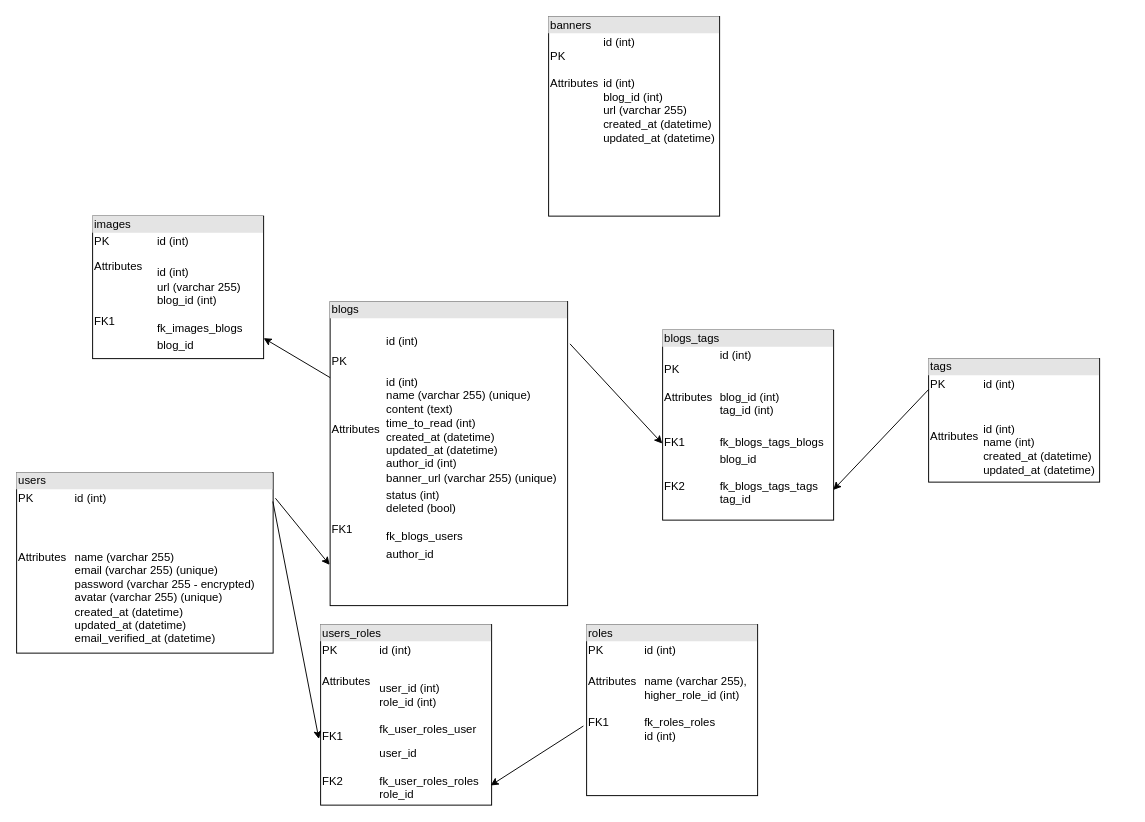
Above: Untitled Diagram.drawio in mian17/mian17 (draw.io), before the change. Source tidied: cells renumbered, new cells numbered last; positions are measured from the earlier drawing's top-left corner, leaving out a move shared by most shapes. Both pictures are drawn from the tidied source at 95%, with x=0, y=0 at pixel (16, 16).
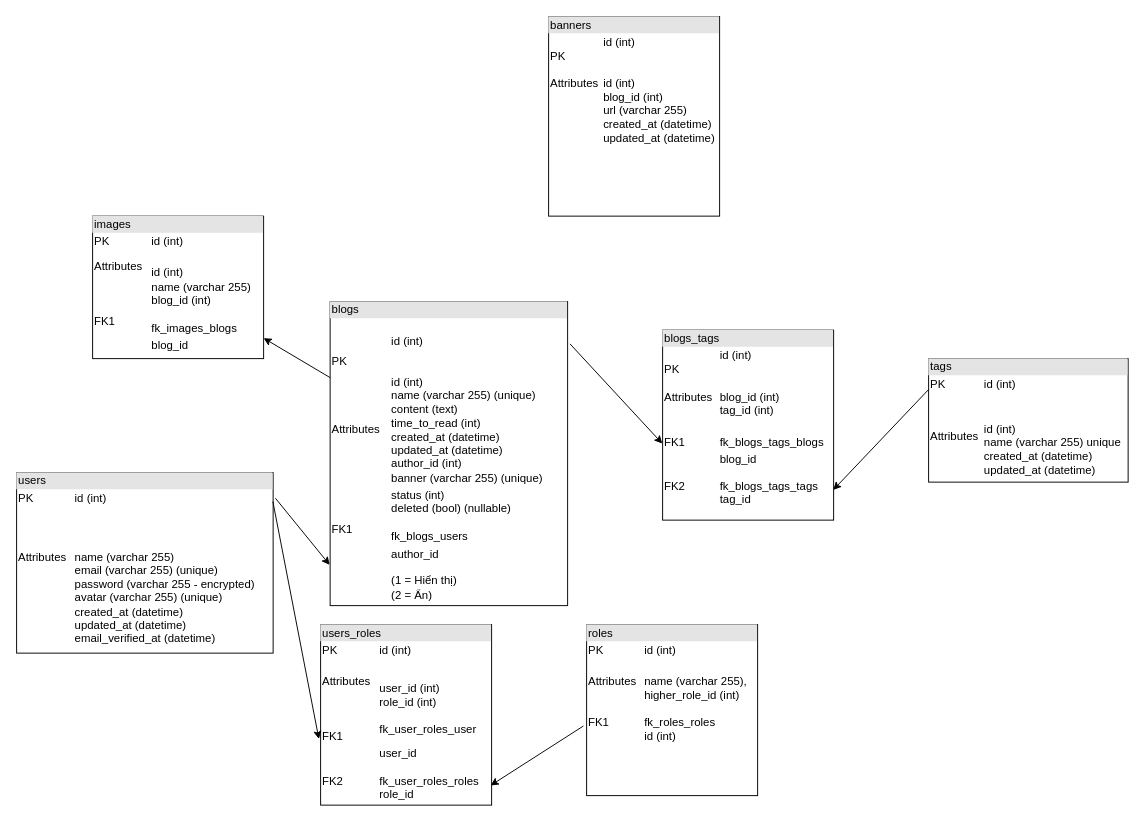
The same diagram, later.

The edit, as a diff of the source:
```diff
@@
 <mxGraphModel>
   <root>
     <mxCell id="0" />
     <mxCell id="1" parent="0" />
     <mxCell id="2" value="&lt;div style=&quot;box-sizing:border-box;width:100%;background:#e4e4e4;padding:2px;&quot;&gt;users&lt;/div&gt;&lt;table style=&quot;width:100%;font-size:1em;&quot; cellpadding=&quot;2&quot; cellspacing=&quot;0&quot;&gt;&lt;tbody&gt;&lt;tr&gt;&lt;td&gt;PK&lt;/td&gt;&lt;td&gt;id (int)&lt;/td&gt;&lt;/tr&gt;&lt;tr&gt;&lt;td&gt;&lt;br&gt;&lt;br&gt;&lt;br&gt;Attributes&lt;br&gt;&lt;br&gt;&lt;br&gt;&lt;br&gt;&lt;br&gt;&lt;br&gt;&lt;br&gt;&lt;br&gt;&lt;br&gt;&lt;br&gt;&lt;/td&gt;&lt;td&gt;name (varchar 255)&lt;br&gt;email (varchar 255) (unique)&lt;br&gt;password (varchar 255 - encrypted)&lt;br&gt;avatar (varchar 255) (unique)&lt;br&gt;created_at (datetime)&lt;br&gt;updated_at (datetime)&lt;br&gt;email_verified_at (datetime)&lt;br&gt;&lt;/td&gt;&lt;/tr&gt;&lt;tr&gt;&lt;td&gt;&lt;br&gt;&lt;br&gt;&lt;/td&gt;&lt;td&gt;&lt;br&gt;&lt;br&gt;&lt;/td&gt;&lt;/tr&gt;&lt;/tbody&gt;&lt;/table&gt;" style="verticalAlign=top;align=left;overflow=fill;html=1;" parent="1" vertex="1">
       <mxGeometry y="480" width="270" height="190" as="geometry" />
     </mxCell>
-    <mxCell id="3" value="&lt;div style=&quot;box-sizing:border-box;width:100%;background:#e4e4e4;padding:2px;&quot;&gt;blogs&lt;/div&gt;&lt;table style=&quot;width:100%;font-size:1em;&quot; cellpadding=&quot;2&quot; cellspacing=&quot;0&quot;&gt;&lt;tbody&gt;&lt;tr&gt;&lt;td&gt;PK&lt;br&gt;&lt;br&gt;&lt;br&gt;&lt;br&gt;&lt;br&gt;Attributes&lt;br&gt;&lt;br&gt;&lt;/td&gt;&lt;td&gt;&lt;br&gt;id (int)&lt;br&gt;&lt;br&gt;&lt;br&gt;id (int)&lt;br&gt;name (varchar 255) (unique)&lt;br style=&quot;border-color: var(--border-color);&quot;&gt;content (text)&lt;br style=&quot;border-color: var(--border-color);&quot;&gt;time_to_read (int)&lt;br style=&quot;border-color: var(--border-color);&quot;&gt;created_at (datetime)&lt;br style=&quot;border-color: var(--border-color);&quot;&gt;updated_at (datetime)&lt;br style=&quot;border-color: var(--border-color);&quot;&gt;author_id (int)&lt;br&gt;banner_url (varchar 255) (unique)&lt;/td&gt;&lt;/tr&gt;&lt;tr&gt;&lt;td&gt;&lt;br&gt;&lt;br&gt;FK1&lt;/td&gt;&lt;td&gt;status (int)&lt;br&gt;deleted (bool)&lt;br&gt;&lt;br&gt;fk_blogs_users&lt;/td&gt;&lt;/tr&gt;&lt;tr&gt;&lt;td&gt;&lt;br&gt;&lt;br&gt;&lt;/td&gt;&lt;td&gt;author_id&lt;br&gt;&lt;br&gt;&lt;br&gt;&lt;/td&gt;&lt;/tr&gt;&lt;/tbody&gt;&lt;/table&gt;" style="verticalAlign=top;align=left;overflow=fill;html=1;" parent="1" vertex="1">
+    <mxCell id="3" value="&lt;div style=&quot;box-sizing:border-box;width:100%;background:#e4e4e4;padding:2px;&quot;&gt;blogs&lt;/div&gt;&lt;table style=&quot;width:100%;font-size:1em;&quot; cellpadding=&quot;2&quot; cellspacing=&quot;0&quot;&gt;&lt;tbody&gt;&lt;tr&gt;&lt;td&gt;PK&lt;br&gt;&lt;br&gt;&lt;br&gt;&lt;br&gt;&lt;br&gt;Attributes&lt;br&gt;&lt;br&gt;&lt;/td&gt;&lt;td&gt;&lt;br&gt;id (int)&lt;br&gt;&lt;br&gt;&lt;br&gt;id (int)&lt;br&gt;name (varchar 255) (unique)&lt;br style=&quot;border-color: var(--border-color);&quot;&gt;content (text)&lt;br style=&quot;border-color: var(--border-color);&quot;&gt;time_to_read (int)&lt;br style=&quot;border-color: var(--border-color);&quot;&gt;created_at (datetime)&lt;br style=&quot;border-color: var(--border-color);&quot;&gt;updated_at (datetime)&lt;br style=&quot;border-color: var(--border-color);&quot;&gt;author_id (int)&lt;br&gt;banner (varchar 255) (unique)&lt;/td&gt;&lt;/tr&gt;&lt;tr&gt;&lt;td&gt;&lt;br&gt;&lt;br&gt;FK1&lt;/td&gt;&lt;td&gt;status (int)&lt;br&gt;deleted (bool) (nullable)&lt;br&gt;&lt;br&gt;fk_blogs_users&lt;/td&gt;&lt;/tr&gt;&lt;tr&gt;&lt;td&gt;&lt;br&gt;&lt;br&gt;&lt;/td&gt;&lt;td&gt;author_id&lt;br&gt;&lt;br&gt;(1 = Hiển thị)&lt;br&gt;(2 = Ẩn)&lt;br&gt;&lt;br&gt;&lt;/td&gt;&lt;/tr&gt;&lt;/tbody&gt;&lt;/table&gt;" style="verticalAlign=top;align=left;overflow=fill;html=1;" parent="1" vertex="1">
       <mxGeometry x="330" y="300" width="250" height="320" as="geometry" />
     </mxCell>
     <mxCell id="4" style="endArrow=classic;html=1;rounded=0;exitX=1.009;exitY=0.142;exitDx=0;exitDy=0;exitPerimeter=0;entryX=-0.002;entryY=0.866;entryDx=0;entryDy=0;entryPerimeter=0;" parent="1" edge="1" source="2" target="3">
       <mxGeometry relative="1" as="geometry" />
     </mxCell>
     <mxCell id="5" value="&lt;div style=&quot;box-sizing:border-box;width:100%;background:#e4e4e4;padding:2px;&quot;&gt;users_roles&lt;/div&gt;&lt;table style=&quot;width:100%;font-size:1em;&quot; cellpadding=&quot;2&quot; cellspacing=&quot;0&quot;&gt;&lt;tbody&gt;&lt;tr&gt;&lt;td&gt;PK&lt;span style=&quot;&quot;&gt; &lt;/span&gt;&lt;/td&gt;&lt;td&gt;id (int)&lt;/td&gt;&lt;/tr&gt;&lt;tr&gt;&lt;td&gt;&lt;br&gt;Attributes&lt;span style=&quot;&quot;&gt; &lt;/span&gt;&lt;span style=&quot;&quot;&gt; &lt;/span&gt;&lt;br&gt;&lt;br&gt;&lt;br&gt;&lt;br&gt;FK1&lt;/td&gt;&lt;td&gt;&lt;br&gt;user_id (int)&lt;br style=&quot;border-color: var(--border-color);&quot;&gt;&lt;span style=&quot;border-color: var(--border-color);&quot;&gt; &lt;/span&gt;&lt;span style=&quot;border-color: var(--border-color);&quot;&gt; &lt;/span&gt;&lt;span style=&quot;border-color: var(--border-color);&quot;&gt; &lt;/span&gt;role_id (int)&lt;br&gt;&lt;br&gt;fk_user_roles_user&lt;/td&gt;&lt;/tr&gt;&lt;tr&gt;&lt;td&gt;&lt;br&gt;FK2&lt;/td&gt;&lt;td&gt;user_id&lt;br&gt;&lt;br&gt;fk_user_roles_roles&lt;br&gt;role_id&lt;/td&gt;&lt;/tr&gt;&lt;/tbody&gt;&lt;/table&gt;" style="verticalAlign=top;align=left;overflow=fill;html=1;" parent="1" vertex="1">
       <mxGeometry x="320" y="640" width="180" height="190" as="geometry" />
     </mxCell>
     <mxCell id="6" value="&lt;div style=&quot;box-sizing:border-box;width:100%;background:#e4e4e4;padding:2px;&quot;&gt;roles&lt;/div&gt;&lt;table style=&quot;width:100%;font-size:1em;&quot; cellpadding=&quot;2&quot; cellspacing=&quot;0&quot;&gt;&lt;tbody&gt;&lt;tr&gt;&lt;td&gt;PK&lt;/td&gt;&lt;td&gt;id (int)&lt;/td&gt;&lt;/tr&gt;&lt;tr&gt;&lt;td&gt;Attributes&lt;br&gt;&lt;br&gt;&lt;br&gt;FK1&lt;br&gt;&lt;br&gt;&lt;/td&gt;&lt;td&gt;&lt;br&gt;name (varchar 255),&lt;br&gt;higher_role_id (int)&lt;br&gt;&lt;br&gt;fk_roles_roles&lt;br&gt;id (int)&lt;br&gt;&lt;br&gt;&lt;/td&gt;&lt;/tr&gt;&lt;/tbody&gt;&lt;/table&gt;" style="verticalAlign=top;align=left;overflow=fill;html=1;" parent="1" vertex="1">
       <mxGeometry x="600" y="640" width="180" height="180" as="geometry" />
     </mxCell>
     <mxCell id="7" style="endArrow=classic;html=1;rounded=0;exitX=0.999;exitY=0.16;exitDx=0;exitDy=0;exitPerimeter=0;entryX=-0.01;entryY=0.634;entryDx=0;entryDy=0;entryPerimeter=0;" parent="1" edge="1" source="2" target="5">
       <mxGeometry relative="1" as="geometry" />
     </mxCell>
     <mxCell id="8" style="endArrow=classic;html=1;rounded=0;exitX=-0.019;exitY=0.593;exitDx=0;exitDy=0;exitPerimeter=0;entryX=0.994;entryY=0.891;entryDx=0;entryDy=0;entryPerimeter=0;" parent="1" edge="1" source="6" target="5">
       <mxGeometry relative="1" as="geometry" />
     </mxCell>
     <mxCell id="9" value="&lt;div style=&quot;box-sizing:border-box;width:100%;background:#e4e4e4;padding:2px;&quot;&gt;banners&lt;/div&gt;&lt;table style=&quot;width:100%;font-size:1em;&quot; cellpadding=&quot;2&quot; cellspacing=&quot;0&quot;&gt;&lt;tbody&gt;&lt;tr&gt;&lt;td&gt;PK&lt;br style=&quot;border-color: var(--border-color);&quot;&gt;&lt;br&gt;Attributes&lt;br&gt;&lt;br&gt;&lt;span style=&quot;&quot;&gt; &lt;/span&gt;&lt;br&gt;&lt;br&gt;&lt;br&gt;&lt;/td&gt;&lt;td&gt;id (int)&lt;br&gt;&lt;br&gt;&lt;br&gt;id (int)&lt;br&gt;blog_id (int)&lt;br&gt;url (varchar 255)&lt;br&gt;created_at (datetime)&lt;br&gt;updated_at (datetime)&lt;br&gt;&lt;br&gt;&lt;/td&gt;&lt;/tr&gt;&lt;tr&gt;&lt;td&gt;&lt;br&gt;&lt;/td&gt;&lt;td&gt;&lt;/td&gt;&lt;/tr&gt;&lt;tr&gt;&lt;td&gt;&lt;/td&gt;&lt;td&gt;&lt;br&gt;&lt;/td&gt;&lt;/tr&gt;&lt;/tbody&gt;&lt;/table&gt;" style="verticalAlign=top;align=left;overflow=fill;html=1;" parent="1" vertex="1">
       <mxGeometry x="560" width="180" height="210" as="geometry" />
     </mxCell>
-    <mxCell id="10" value="&lt;div style=&quot;box-sizing:border-box;width:100%;background:#e4e4e4;padding:2px;&quot;&gt;images&lt;/div&gt;&lt;table style=&quot;width:100%;font-size:1em;&quot; cellpadding=&quot;2&quot; cellspacing=&quot;0&quot;&gt;&lt;tbody&gt;&lt;tr&gt;&lt;td&gt;PK&lt;/td&gt;&lt;td&gt;id (int)&lt;/td&gt;&lt;/tr&gt;&lt;tr&gt;&lt;td&gt;Attributes&lt;br&gt;&lt;br&gt;&lt;br&gt;&lt;br&gt;FK1&lt;/td&gt;&lt;td&gt;&lt;br&gt;id (int)&lt;br&gt;url (varchar 255)&lt;br&gt;blog_id (int)&lt;br&gt;&lt;br&gt;fk_images_blogs&lt;/td&gt;&lt;/tr&gt;&lt;tr&gt;&lt;td&gt;&lt;/td&gt;&lt;td&gt;blog_id&lt;/td&gt;&lt;/tr&gt;&lt;/tbody&gt;&lt;/table&gt;" style="verticalAlign=top;align=left;overflow=fill;html=1;" parent="1" vertex="1">
+    <mxCell id="10" value="&lt;div style=&quot;box-sizing:border-box;width:100%;background:#e4e4e4;padding:2px;&quot;&gt;images&lt;/div&gt;&lt;table style=&quot;width:100%;font-size:1em;&quot; cellpadding=&quot;2&quot; cellspacing=&quot;0&quot;&gt;&lt;tbody&gt;&lt;tr&gt;&lt;td&gt;PK&lt;/td&gt;&lt;td&gt;id (int)&lt;/td&gt;&lt;/tr&gt;&lt;tr&gt;&lt;td&gt;Attributes&lt;br&gt;&lt;br&gt;&lt;br&gt;&lt;br&gt;FK1&lt;/td&gt;&lt;td&gt;&lt;br&gt;id (int)&lt;br&gt;name (varchar 255)&lt;br&gt;blog_id (int)&lt;br&gt;&lt;br&gt;fk_images_blogs&lt;/td&gt;&lt;/tr&gt;&lt;tr&gt;&lt;td&gt;&lt;/td&gt;&lt;td&gt;blog_id&lt;/td&gt;&lt;/tr&gt;&lt;/tbody&gt;&lt;/table&gt;" style="verticalAlign=top;align=left;overflow=fill;html=1;" parent="1" vertex="1">
       <mxGeometry x="80" y="210" width="180" height="150" as="geometry" />
     </mxCell>
     <mxCell id="11" style="endArrow=classic;html=1;rounded=0;exitX=0;exitY=0.25;exitDx=0;exitDy=0;" parent="1" edge="1" source="3" target="10">
       <mxGeometry relative="1" as="geometry" />
     </mxCell>
     <mxCell id="12" value="&lt;div style=&quot;box-sizing:border-box;width:100%;background:#e4e4e4;padding:2px;&quot;&gt;blogs_tags&lt;/div&gt;&lt;table style=&quot;width:100%;font-size:1em;&quot; cellpadding=&quot;2&quot; cellspacing=&quot;0&quot;&gt;&lt;tbody&gt;&lt;tr&gt;&lt;td&gt;PK&lt;br&gt;&lt;br&gt;Attributes&lt;br&gt;&lt;br&gt;&lt;/td&gt;&lt;td&gt;id (int)&lt;br&gt;&lt;br&gt;&lt;br&gt;blog_id (int)&lt;br&gt;tag_id (int)&lt;br&gt;&lt;br&gt;&lt;/td&gt;&lt;/tr&gt;&lt;tr&gt;&lt;td&gt;FK1&lt;/td&gt;&lt;td&gt;fk_blogs_tags_blogs&lt;/td&gt;&lt;/tr&gt;&lt;tr&gt;&lt;td&gt;&lt;br&gt;FK2&lt;/td&gt;&lt;td&gt;blog_id&lt;br&gt;&lt;br&gt;fk_blogs_tags_tags&lt;br&gt;tag_id&lt;/td&gt;&lt;/tr&gt;&lt;/tbody&gt;&lt;/table&gt;" style="verticalAlign=top;align=left;overflow=fill;html=1;" parent="1" vertex="1">
       <mxGeometry x="680" y="330" width="180" height="200" as="geometry" />
     </mxCell>
-    <mxCell id="13" value="&lt;div style=&quot;box-sizing:border-box;width:100%;background:#e4e4e4;padding:2px;&quot;&gt;tags&lt;/div&gt;&lt;table style=&quot;width:100%;font-size:1em;&quot; cellpadding=&quot;2&quot; cellspacing=&quot;0&quot;&gt;&lt;tbody&gt;&lt;tr&gt;&lt;td&gt;PK&lt;/td&gt;&lt;td&gt;id (int)&lt;/td&gt;&lt;/tr&gt;&lt;tr&gt;&lt;td&gt;Attributes&lt;br&gt;&lt;br&gt;&lt;br&gt;&lt;br&gt;&lt;br&gt;&lt;/td&gt;&lt;td&gt;&lt;br&gt;&lt;br&gt;id (int)&lt;br&gt;name (int)&lt;br&gt;created_at (datetime)&lt;br&gt;updated_at (datetime)&lt;br&gt;&lt;br&gt;&lt;br&gt;&lt;br&gt;&lt;br&gt;&lt;/td&gt;&lt;/tr&gt;&lt;tr&gt;&lt;td&gt;&lt;br&gt;&lt;/td&gt;&lt;td&gt;&lt;br&gt;&lt;/td&gt;&lt;/tr&gt;&lt;/tbody&gt;&lt;/table&gt;" style="verticalAlign=top;align=left;overflow=fill;html=1;" parent="1" vertex="1">
-      <mxGeometry x="960" y="360" width="180" height="130" as="geometry" />
+    <mxCell id="13" value="&lt;div style=&quot;box-sizing:border-box;width:100%;background:#e4e4e4;padding:2px;&quot;&gt;tags&lt;/div&gt;&lt;table style=&quot;width:100%;font-size:1em;&quot; cellpadding=&quot;2&quot; cellspacing=&quot;0&quot;&gt;&lt;tbody&gt;&lt;tr&gt;&lt;td&gt;PK&lt;/td&gt;&lt;td&gt;id (int)&lt;/td&gt;&lt;/tr&gt;&lt;tr&gt;&lt;td&gt;Attributes&lt;br&gt;&lt;br&gt;&lt;br&gt;&lt;br&gt;&lt;br&gt;&lt;/td&gt;&lt;td&gt;&lt;br&gt;&lt;br&gt;id (int)&lt;br&gt;name (varchar 255) unique&lt;br&gt;created_at (datetime)&lt;br&gt;updated_at (datetime)&lt;br&gt;&lt;br&gt;&lt;br&gt;&lt;br&gt;&lt;br&gt;&lt;/td&gt;&lt;/tr&gt;&lt;tr&gt;&lt;td&gt;&lt;br&gt;&lt;/td&gt;&lt;td&gt;&lt;br&gt;&lt;/td&gt;&lt;/tr&gt;&lt;/tbody&gt;&lt;/table&gt;" style="verticalAlign=top;align=left;overflow=fill;html=1;" parent="1" vertex="1">
+      <mxGeometry x="960" y="360" width="210" height="130" as="geometry" />
     </mxCell>
     <mxCell id="14" style="endArrow=classic;html=1;rounded=0;entryX=-0.002;entryY=0.597;entryDx=0;entryDy=0;entryPerimeter=0;exitX=1.01;exitY=0.139;exitDx=0;exitDy=0;exitPerimeter=0;" parent="1" edge="1" source="3" target="12">
       <mxGeometry relative="1" as="geometry" />
     </mxCell>
     <mxCell id="15" style="endArrow=classic;html=1;rounded=0;exitX=0;exitY=0.25;exitDx=0;exitDy=0;entryX=0.998;entryY=0.841;entryDx=0;entryDy=0;entryPerimeter=0;" parent="1" edge="1" source="13" target="12">
       <mxGeometry relative="1" as="geometry" />
     </mxCell>
   </root>
 </mxGraphModel>
```
